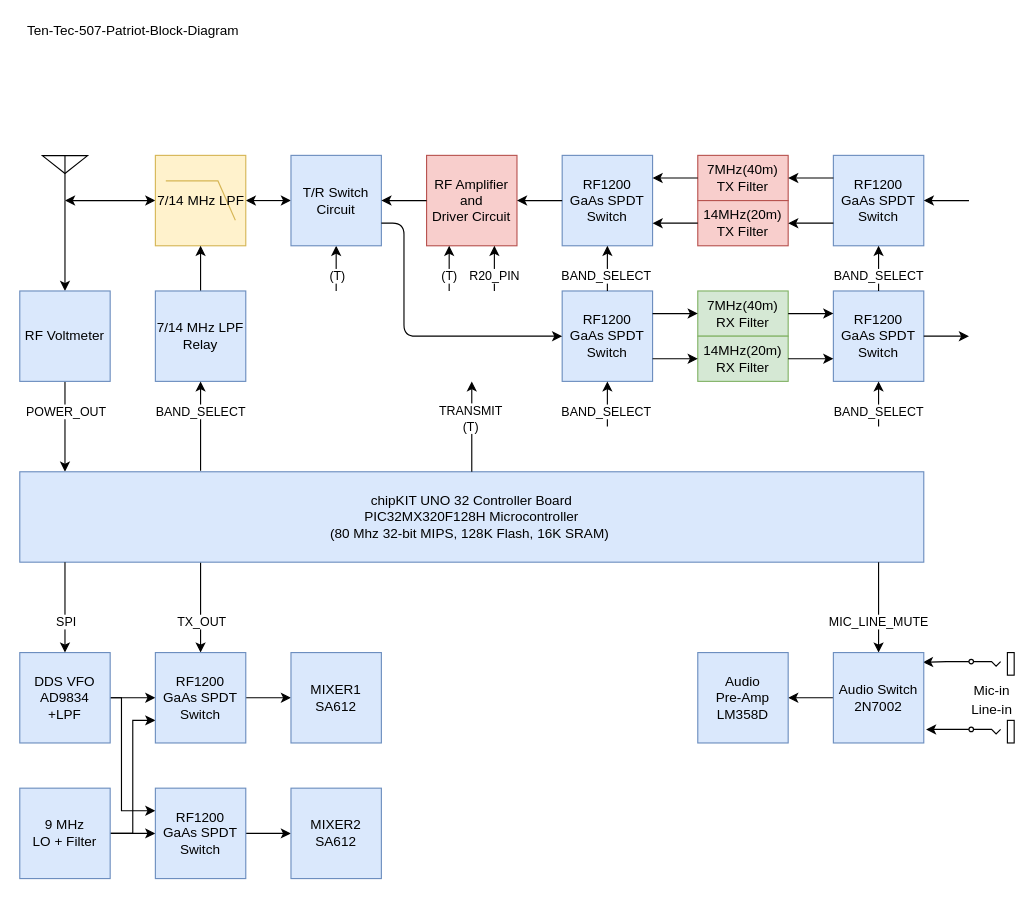
The draw.io diagram Technicalities/TT-507-Block-Diagram.drawio in professor-zia/Radio-Ten-Tec-507-Patriot, before the edit. Source tidied: cells renumbered, new cells numbered last; positions are measured from the earlier drawing's top-left corner, leaving out a move shared by most shapes. Both pictures are drawn from the tidied source at 113%, with x=0, y=0 at pixel (19, 19).
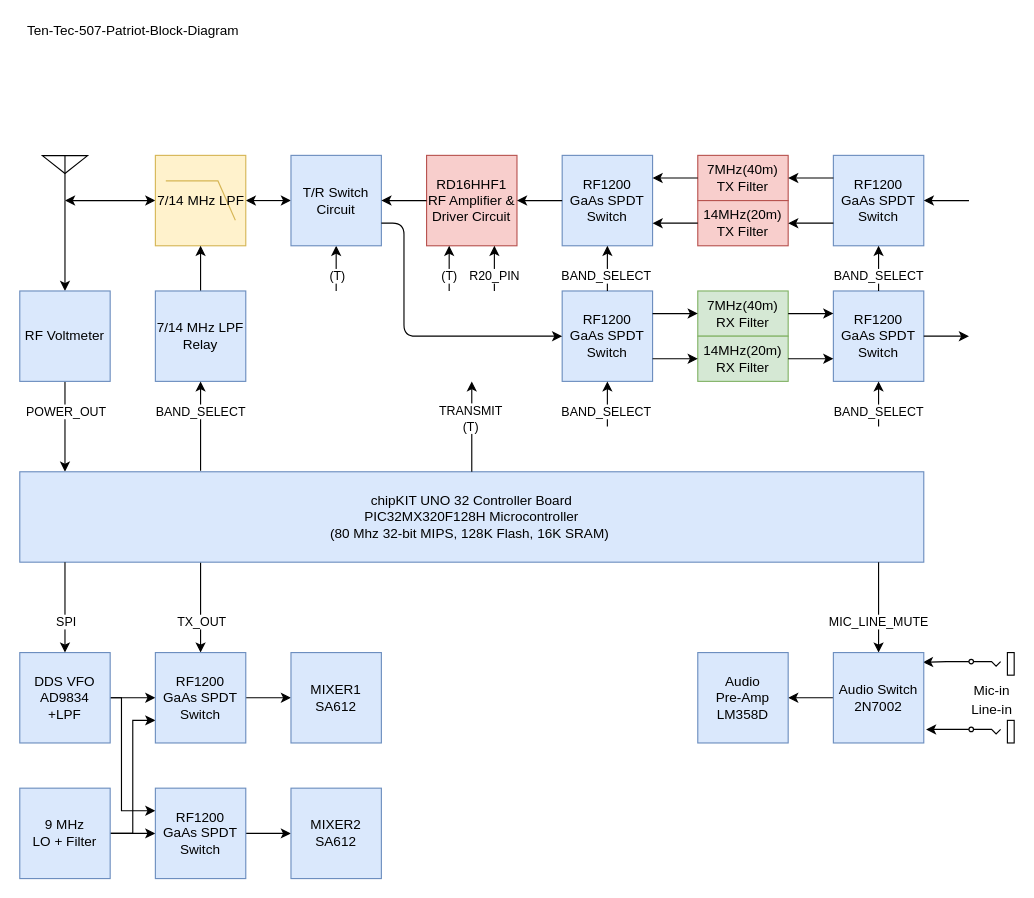
After the change.

Diff of the diagram source:
```diff
@@
-    <mxCell id="19" value="RF Amplifier&lt;br&gt;and&lt;br&gt;Driver Circuit" style="rounded=0;whiteSpace=wrap;html=1;fillColor=#f8cecc;strokeColor=#b85450;" parent="1" vertex="1">
+    <mxCell id="19" value="RD16HHF1&lt;br&gt;RF Amplifier &amp;amp;&lt;br&gt;Driver Circuit" style="rounded=0;whiteSpace=wrap;html=1;fillColor=#f8cecc;strokeColor=#b85450;" parent="1" vertex="1">
       <mxGeometry x="360" y="120" width="80" height="80" as="geometry" />
     </mxCell>
```
